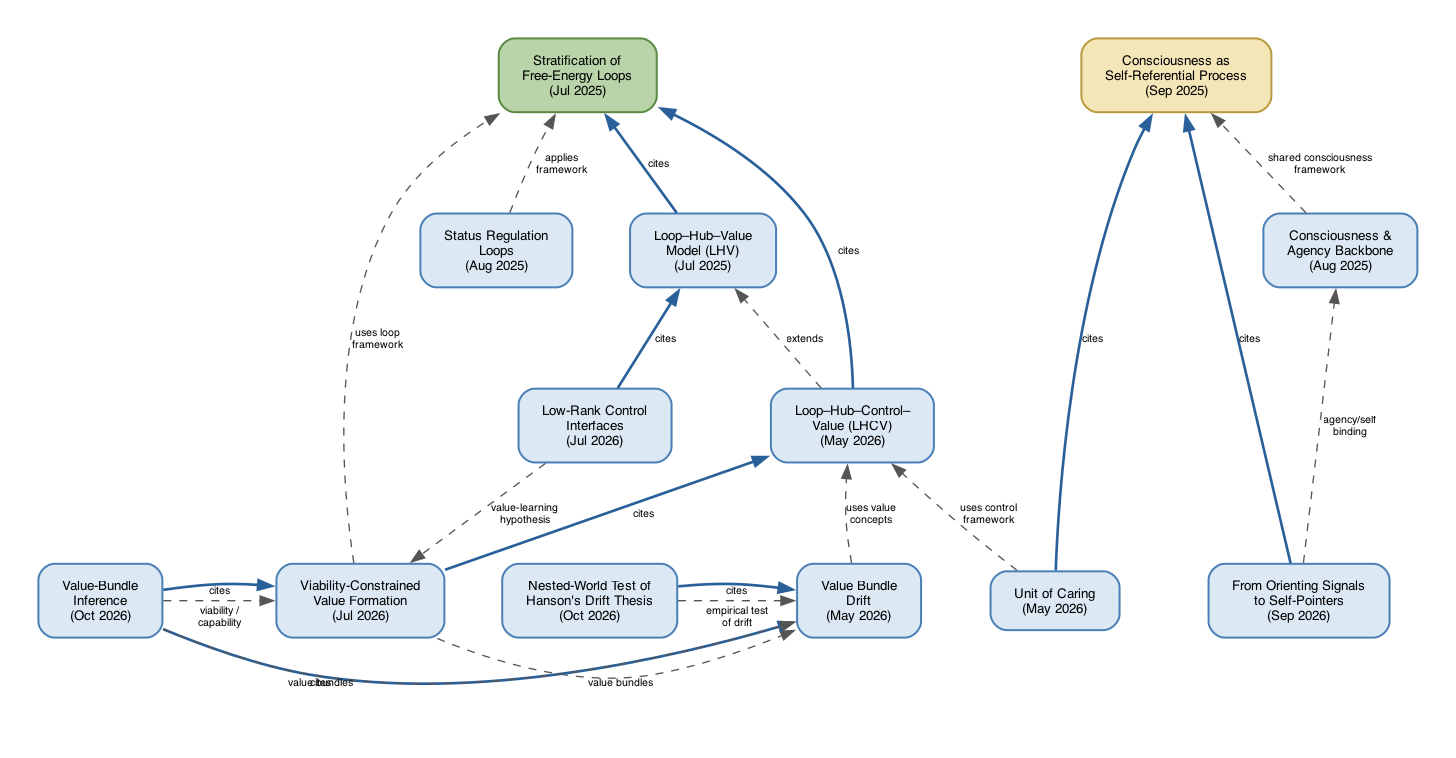
Earlier version of the Graphviz export papers/paper-references.png (GunnarZarncke/brain-to-values). Its source is kept beside it as papers/paper-references.dot.
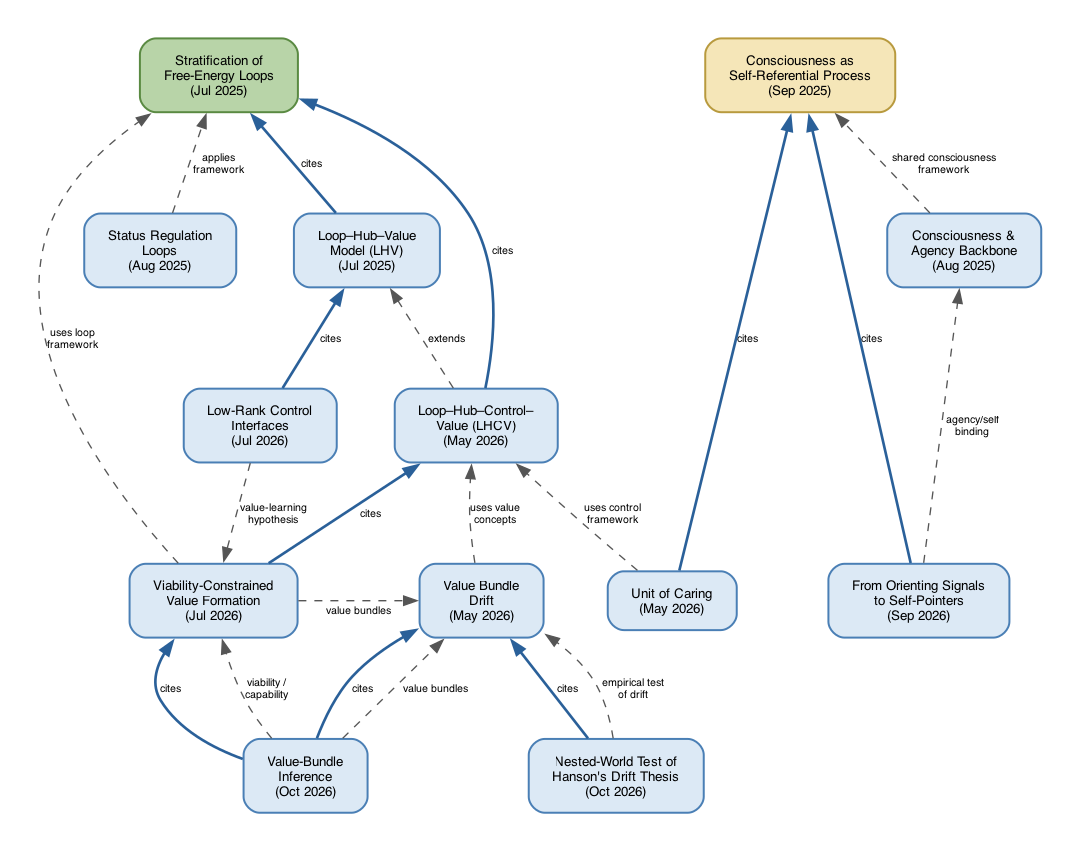
After the change.

Commit message:
Place citing papers below cited ones in paper reference graph.

Change to the diagram source:
```diff
@@ -32,7 +32,8 @@
 
     { rank=same; SRL; LHV; CAB; }
     { rank=same; LHCV; LRCI; }
-    { rank=same; VBD; UoC; VV; SP; VBI; OHV; }
+    { rank=same; VBD; UoC; VV; SP; }
+    { rank=same; VBI; OHV; }
 
     LHV  -> FEL  [label="cites", penwidth=2, color="#2a6099"];
     LHCV -> FEL  [label="cites", penwidth=2, color="#2a6099"];
```
